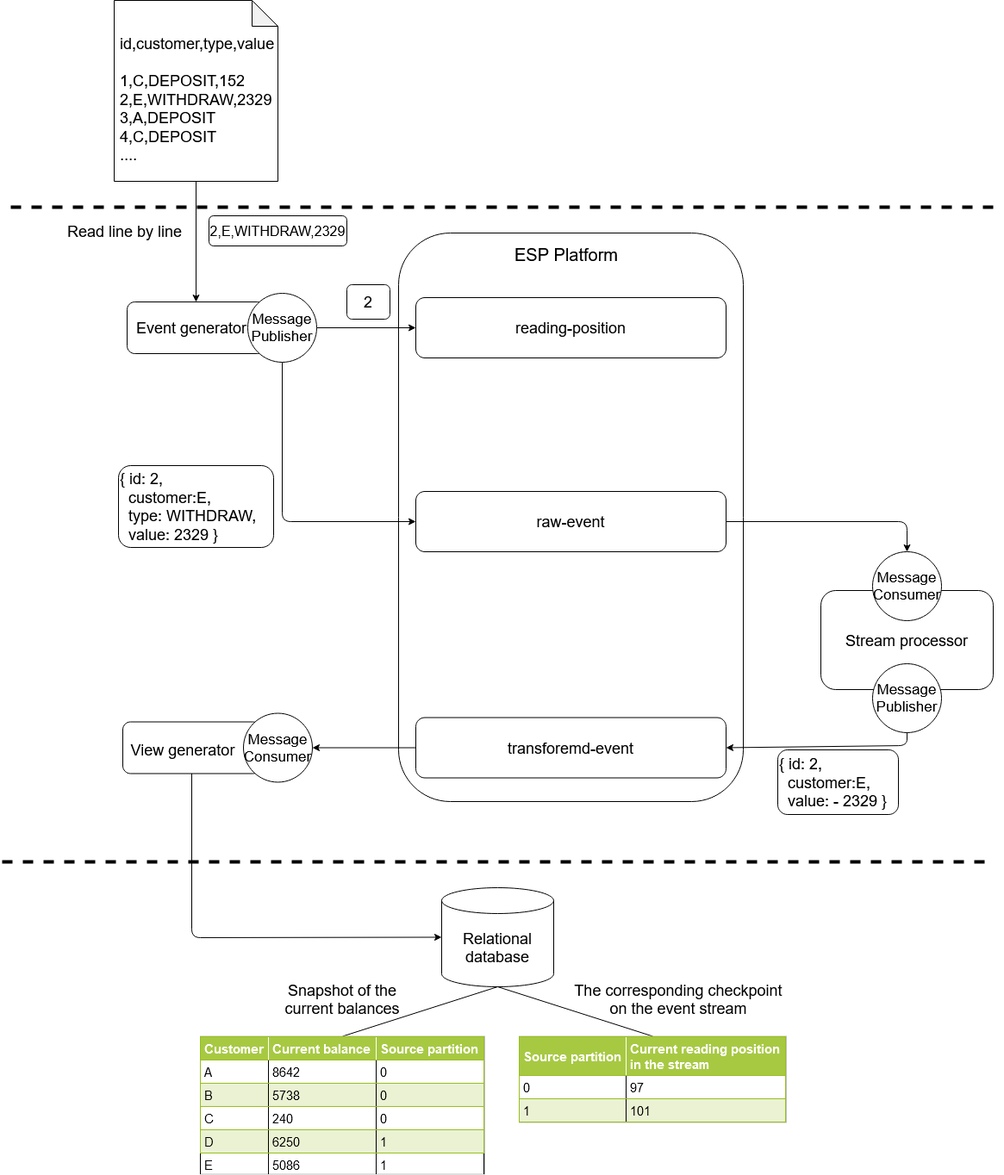
Above: images/implementation-use-case-1.png in duyhieuvo/master-thesis (draw.io), before the change. Source tidied: cells renumbered, new cells last; positions are measured from the earlier drawing's top-left corner, leaving out a move shared by most shapes.
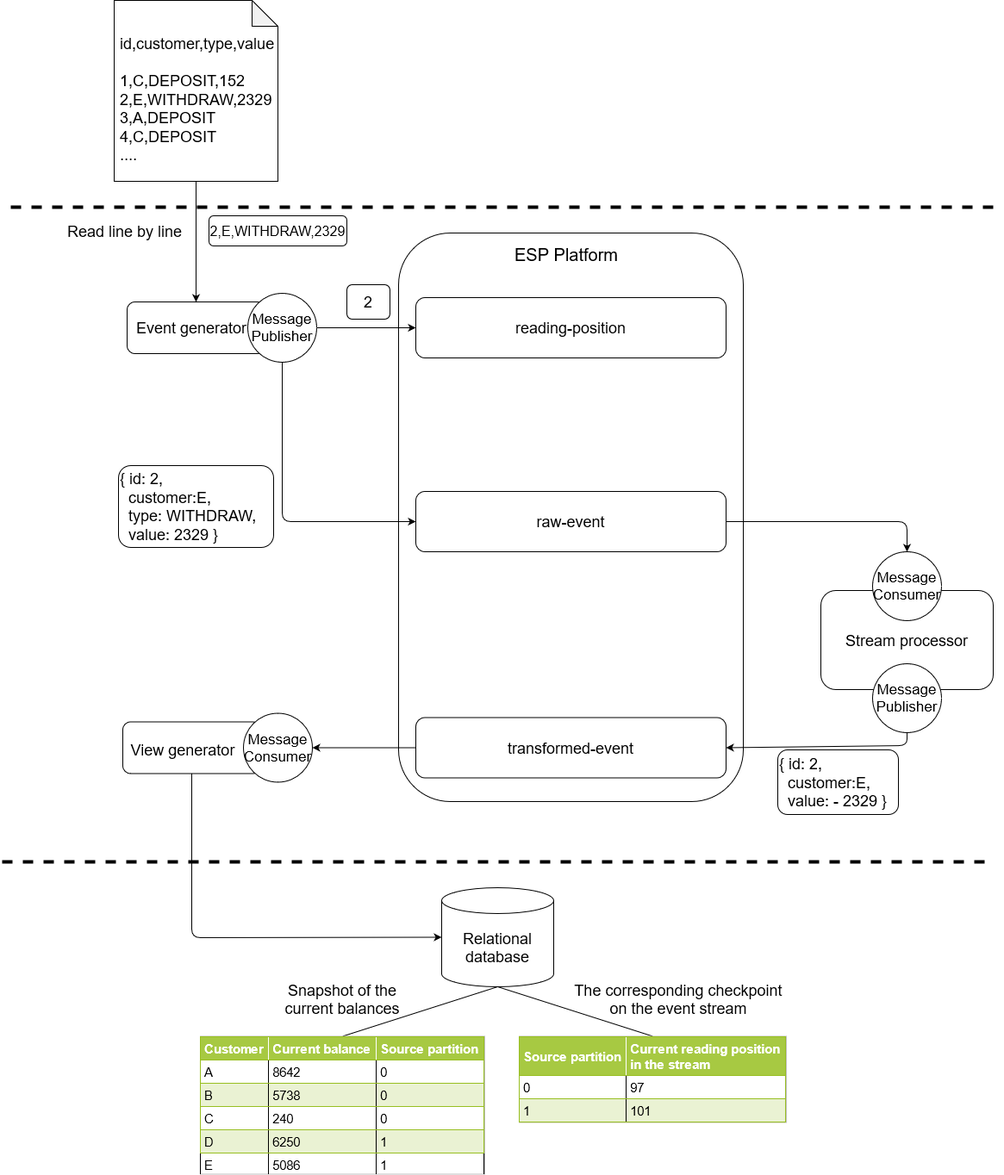
The same diagram one commit later.

Change to the diagram source:
```diff
@@ -17,7 +17,7 @@
     <mxCell id="6" value="&lt;font style=&quot;font-size: 18px&quot;&gt;&lt;font style=&quot;font-size: 18px&quot;&gt;raw-event&lt;/font&gt;&lt;br&gt;&lt;/font&gt;" style="rounded=1;whiteSpace=wrap;html=1;" parent="1" vertex="1">
       <mxGeometry x="480" y="570" width="360" height="70" as="geometry" />
     </mxCell>
-    <mxCell id="7" value="&lt;font style=&quot;font-size: 18px&quot;&gt;transforemd-event&lt;br&gt;&lt;/font&gt;" style="rounded=1;whiteSpace=wrap;html=1;" parent="1" vertex="1">
+    <mxCell id="7" value="&lt;font style=&quot;font-size: 18px&quot;&gt;transformed-event&lt;br&gt;&lt;/font&gt;" style="rounded=1;whiteSpace=wrap;html=1;" parent="1" vertex="1">
       <mxGeometry x="480" y="832.5" width="360" height="70" as="geometry" />
     </mxCell>
     <mxCell id="8" style="rounded=1;whiteSpace=wrap;html=1;" parent="1" vertex="1">
@@ -102,7 +102,7 @@
     <mxCell id="29" style="endArrow=none;html=1;exitX=0.5;exitY=1;exitDx=0;exitDy=0;exitPerimeter=0;entryX=0.5;entryY=0;entryDx=0;entryDy=0;" parent="1" edge="1" source="26" target="31">
       <mxGeometry relative="1" as="geometry" />
     </mxCell>
-    <mxCell id="30" value="&lt;table style=&quot;width: 100% ; height: 100% ; border-collapse: collapse&quot; width=&quot;100%&quot; cellpadding=&quot;4&quot; border=&quot;1&quot;&gt;&lt;tbody style=&quot;font-size: 15px&quot;&gt;&lt;tr style=&quot;background-color: rgb(167 , 201 , 66) ; color: rgb(255 , 255 , 255) ; border: 1px solid rgb(152 , 191 , 33) ; font-size: 15px&quot;&gt;&lt;th align=&quot;left&quot;&gt;&lt;font style=&quot;font-size: 15px&quot;&gt;Customer&lt;/font&gt;&lt;/th&gt;&lt;th align=&quot;left&quot;&gt;Current balance&lt;br&gt;&lt;/th&gt;&lt;th align=&quot;left&quot;&gt;Source partition&lt;br&gt;&lt;/th&gt;&lt;/tr&gt;&lt;tr style=&quot;border: 1px solid rgb(152 , 191 , 33) ; font-size: 15px&quot;&gt;&lt;td&gt;A&lt;/td&gt;&lt;td&gt;8642&lt;br&gt;&lt;/td&gt;&lt;td&gt;0&lt;/td&gt;&lt;/tr&gt;&lt;tr style=&quot;background-color: rgb(234 , 242 , 211) ; border: 1px solid rgb(152 , 191 , 33) ; font-size: 15px&quot;&gt;&lt;td&gt;B&lt;/td&gt;&lt;td&gt;5738&lt;/td&gt;&lt;td&gt;0&lt;/td&gt;&lt;/tr&gt;&lt;tr style=&quot;border: 1px solid #98bf21&quot;&gt;&lt;td&gt;C&lt;/td&gt;&lt;td&gt;240&lt;/td&gt;&lt;td&gt;0&lt;/td&gt;&lt;/tr&gt;&lt;tr style=&quot;background-color: #eaf2d3 ; border: 1px solid #98bf21&quot;&gt;&lt;td&gt;D&lt;/td&gt;&lt;td&gt;6250&lt;/td&gt;&lt;td&gt;1&lt;/td&gt;&lt;/tr&gt;&lt;tr&gt;&lt;td&gt;E&lt;br&gt;&lt;/td&gt;&lt;td&gt;5086&lt;br&gt;&lt;/td&gt;&lt;td&gt;1&lt;br&gt;&lt;/td&gt;&lt;/tr&gt;&lt;/tbody&gt;&lt;/table&gt;" style="text;html=1;strokeColor=#c0c0c0;fillColor=#ffffff;overflow=fill;rounded=0;" parent="1" vertex="1">
+    <mxCell id="30" value="&lt;table style=&quot;width: 100% ; height: 100% ; border-collapse: collapse ; font-size: 15px&quot; width=&quot;100%&quot; cellpadding=&quot;4&quot; border=&quot;1&quot;&gt;&lt;tbody&gt;&lt;tr style=&quot;background-color: rgb(167 , 201 , 66) ; color: rgb(255 , 255 , 255) ; border: 1px solid rgb(152 , 191 , 33)&quot;&gt;&lt;th align=&quot;left&quot;&gt;&lt;font style=&quot;font-size: 15px&quot;&gt;Customer&lt;/font&gt;&lt;/th&gt;&lt;th align=&quot;left&quot;&gt;&lt;font style=&quot;font-size: 15px&quot;&gt;Current balance&lt;br&gt;&lt;/font&gt;&lt;/th&gt;&lt;th align=&quot;left&quot;&gt;&lt;font style=&quot;font-size: 15px&quot;&gt;Source partition&lt;br&gt;&lt;/font&gt;&lt;/th&gt;&lt;/tr&gt;&lt;tr style=&quot;border: 1px solid rgb(152 , 191 , 33)&quot;&gt;&lt;td&gt;&lt;font style=&quot;font-size: 15px&quot;&gt;A&lt;/font&gt;&lt;/td&gt;&lt;td&gt;&lt;font style=&quot;font-size: 15px&quot;&gt;8642&lt;br&gt;&lt;/font&gt;&lt;/td&gt;&lt;td&gt;&lt;font style=&quot;font-size: 15px&quot;&gt;0&lt;/font&gt;&lt;/td&gt;&lt;/tr&gt;&lt;tr style=&quot;background-color: rgb(234 , 242 , 211) ; border: 1px solid rgb(152 , 191 , 33)&quot;&gt;&lt;td&gt;&lt;font style=&quot;font-size: 15px&quot;&gt;B&lt;/font&gt;&lt;/td&gt;&lt;td&gt;&lt;font style=&quot;font-size: 15px&quot;&gt;5738&lt;/font&gt;&lt;/td&gt;&lt;td&gt;&lt;font style=&quot;font-size: 15px&quot;&gt;0&lt;/font&gt;&lt;/td&gt;&lt;/tr&gt;&lt;tr style=&quot;border: 1px solid #98bf21&quot;&gt;&lt;td&gt;&lt;font style=&quot;font-size: 15px&quot;&gt;C&lt;/font&gt;&lt;/td&gt;&lt;td&gt;&lt;font style=&quot;font-size: 15px&quot;&gt;240&lt;/font&gt;&lt;/td&gt;&lt;td&gt;&lt;font style=&quot;font-size: 15px&quot;&gt;0&lt;/font&gt;&lt;/td&gt;&lt;/tr&gt;&lt;tr style=&quot;background-color: #eaf2d3 ; border: 1px solid #98bf21&quot;&gt;&lt;td&gt;&lt;font style=&quot;font-size: 15px&quot;&gt;D&lt;/font&gt;&lt;/td&gt;&lt;td&gt;&lt;font style=&quot;font-size: 15px&quot;&gt;6250&lt;/font&gt;&lt;/td&gt;&lt;td&gt;&lt;font style=&quot;font-size: 15px&quot;&gt;1&lt;/font&gt;&lt;/td&gt;&lt;/tr&gt;&lt;tr&gt;&lt;td&gt;&lt;font style=&quot;font-size: 15px&quot;&gt;E&lt;br&gt;&lt;/font&gt;&lt;/td&gt;&lt;td&gt;&lt;font style=&quot;font-size: 15px&quot;&gt;5086&lt;br&gt;&lt;/font&gt;&lt;/td&gt;&lt;td&gt;&lt;font style=&quot;font-size: 15px&quot;&gt;1&lt;br&gt;&lt;/font&gt;&lt;/td&gt;&lt;/tr&gt;&lt;/tbody&gt;&lt;/table&gt;" style="text;html=1;strokeColor=#c0c0c0;fillColor=#ffffff;overflow=fill;rounded=0;" parent="1" vertex="1">
       <mxGeometry x="230" y="1202.5" width="330" height="160" as="geometry" />
     </mxCell>
     <mxCell id="31" value="&lt;table style=&quot;width: 100% ; height: 100% ; border-collapse: collapse ; font-size: 15px&quot; width=&quot;100%&quot; cellpadding=&quot;4&quot; border=&quot;1&quot;&gt;&lt;tbody&gt;&lt;tr style=&quot;background-color: #a7c942 ; color: #ffffff ; border: 1px solid #98bf21&quot;&gt;&lt;th align=&quot;left&quot;&gt;&lt;font style=&quot;font-size: 15px&quot;&gt;Source partition&lt;br&gt;&lt;/font&gt;&lt;/th&gt;&lt;th align=&quot;left&quot;&gt;&lt;font style=&quot;font-size: 15px&quot;&gt;Current reading position&lt;br&gt;in the stream&lt;br&gt;&lt;/font&gt;&lt;/th&gt;&lt;/tr&gt;&lt;tr style=&quot;border: 1px solid #98bf21&quot;&gt;&lt;td&gt;&lt;font style=&quot;font-size: 15px&quot;&gt;0&lt;/font&gt;&lt;/td&gt;&lt;td&gt;&lt;font style=&quot;font-size: 15px&quot;&gt;97&lt;/font&gt;&lt;/td&gt;&lt;/tr&gt;&lt;tr style=&quot;background-color: #eaf2d3 ; border: 1px solid #98bf21&quot;&gt;&lt;td&gt;&lt;font style=&quot;font-size: 15px&quot;&gt;1&lt;/font&gt;&lt;/td&gt;&lt;td&gt;&lt;font style=&quot;font-size: 15px&quot;&gt;101&lt;/font&gt;&lt;/td&gt;&lt;/tr&gt;&lt;/tbody&gt;&lt;/table&gt;" style="text;html=1;strokeColor=#c0c0c0;fillColor=#ffffff;overflow=fill;rounded=0;" parent="1" vertex="1">
```
